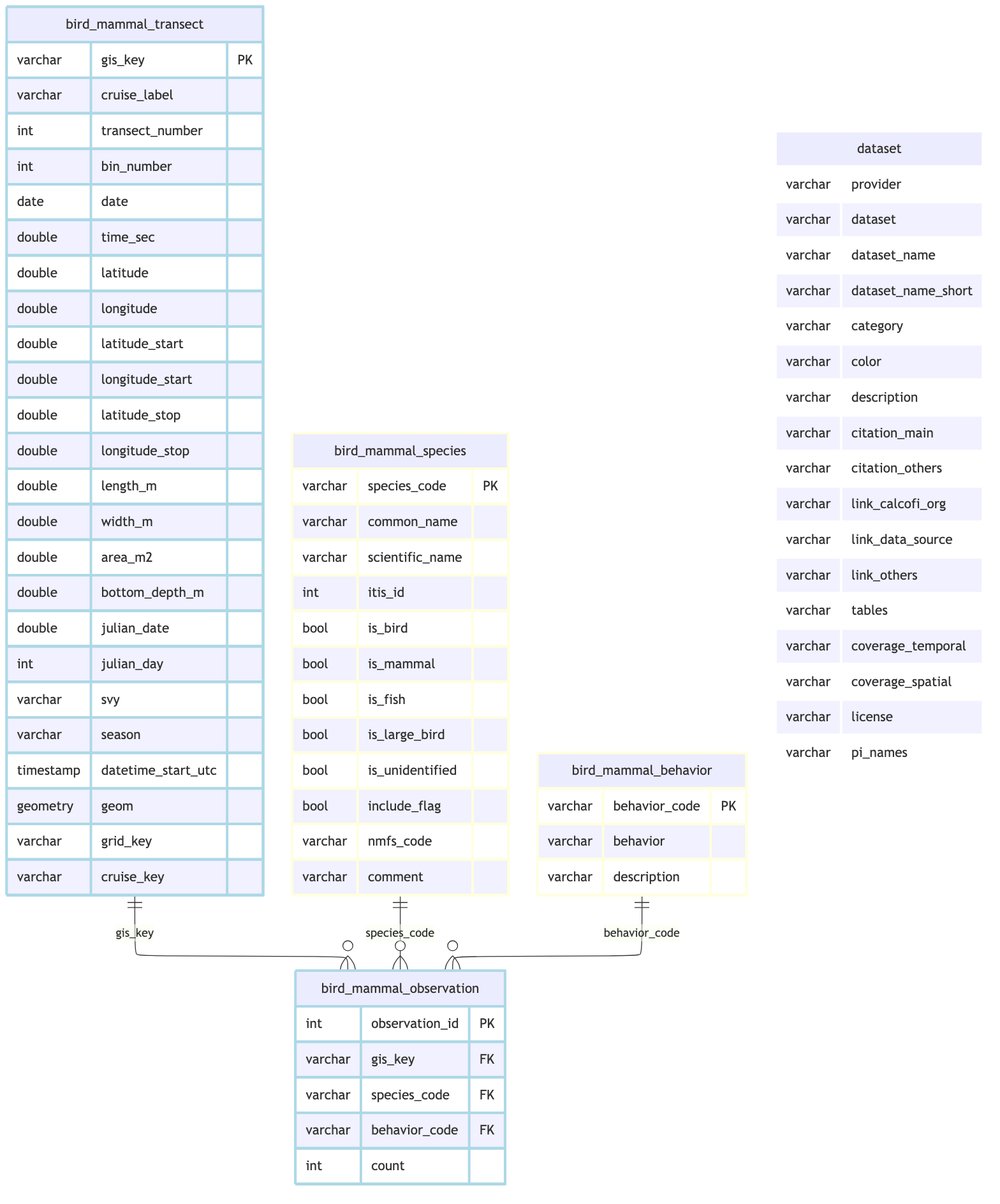
CalCOFI/workflows keeps this Mermaid diagram as _output/ingest_farallon_bird-mammal_files/figure-html/meta-schema-1.png. Above is the earlier version. Its source is kept beside it as _output/ingest_farallon_bird-mammal_files/figure-html/meta-schema-1.mmd.
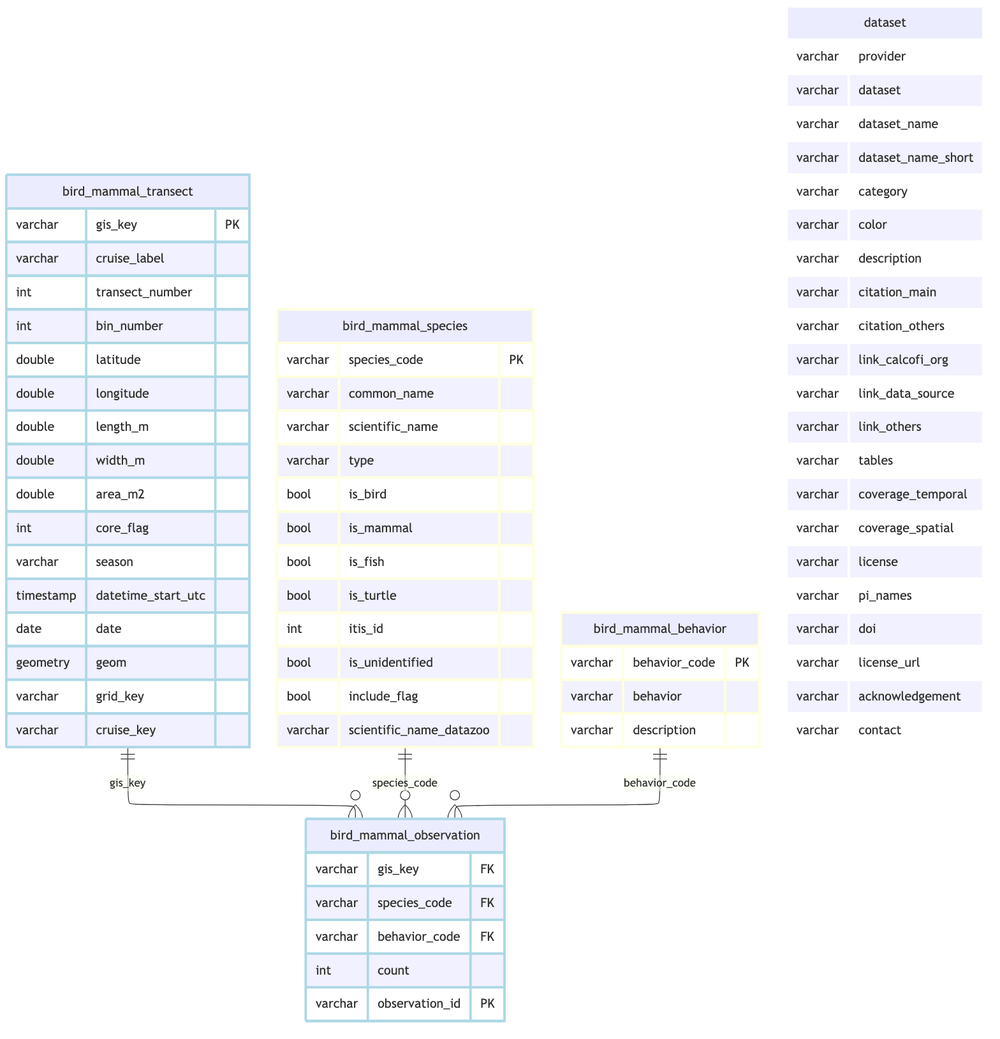
Later version of the same file.

What changed in the source:
```diff
@@ -8,47 +8,39 @@
         varchar cruise_label
         int transect_number
         int bin_number
-        date date
-        double time_sec
         double latitude
         double longitude
-        double latitude_start
-        double longitude_start
-        double latitude_stop
-        double longitude_stop
         double length_m
         double width_m
         double area_m2
-        double bottom_depth_m
-        double julian_date
-        int julian_day
-        varchar svy
+        int core_flag
         varchar season
         timestamp datetime_start_utc
+        date date
         geometry geom
         varchar grid_key
         varchar cruise_key
     }
     bird_mammal_observation {
-        int observation_id PK
         varchar gis_key FK
         varchar species_code FK
         varchar behavior_code FK
         int count
+        varchar observation_id PK
     }
     bird_mammal_species {
         varchar species_code PK
         varchar common_name
         varchar scientific_name
-        int itis_id
+        varchar type
         bool is_bird
         bool is_mammal
         bool is_fish
-        bool is_large_bird
+        bool is_turtle
+        int itis_id
         bool is_unidentified
         bool include_flag
-        varchar nmfs_code
-        varchar comment
+        varchar scientific_name_datazoo
     }
     bird_mammal_behavior {
         varchar behavior_code PK
@@ -73,6 +65,10 @@
         varchar coverage_spatial
         varchar license
         varchar pi_names
+        varchar doi
+        varchar license_url
+        varchar acknowledgement
+        varchar contact
     }
     bird_mammal_transect ||--o{ bird_mammal_observation : "gis_key"
     bird_mammal_species ||--o{ bird_mammal_observation : "species_code"
```
